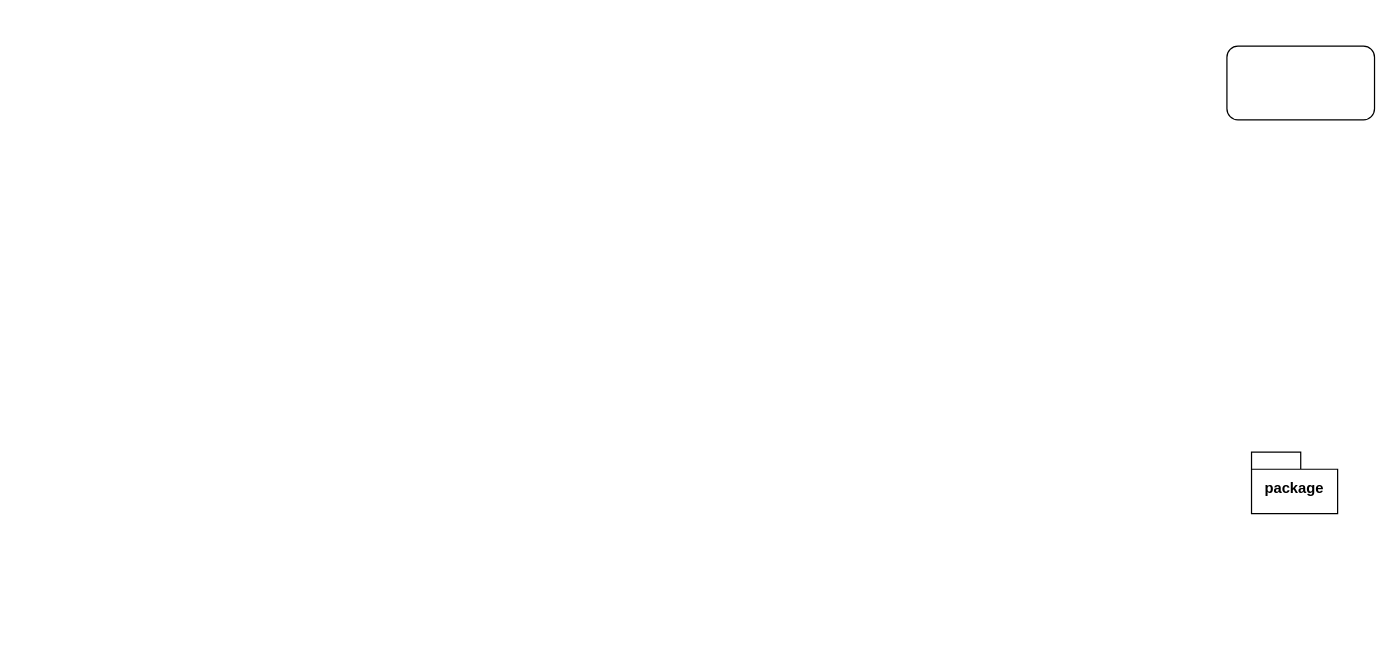
This is soa.drawio from pcbjx/testjni, a draw.io file, before an edit. Source tidied: cells renumbered, new cells numbered last; positions are measured from the earlier drawing's top-left corner, leaving out a move shared by most shapes. Both pictures are drawn from the tidied source at 123%, with x=0, y=0 at pixel (1226, 46).
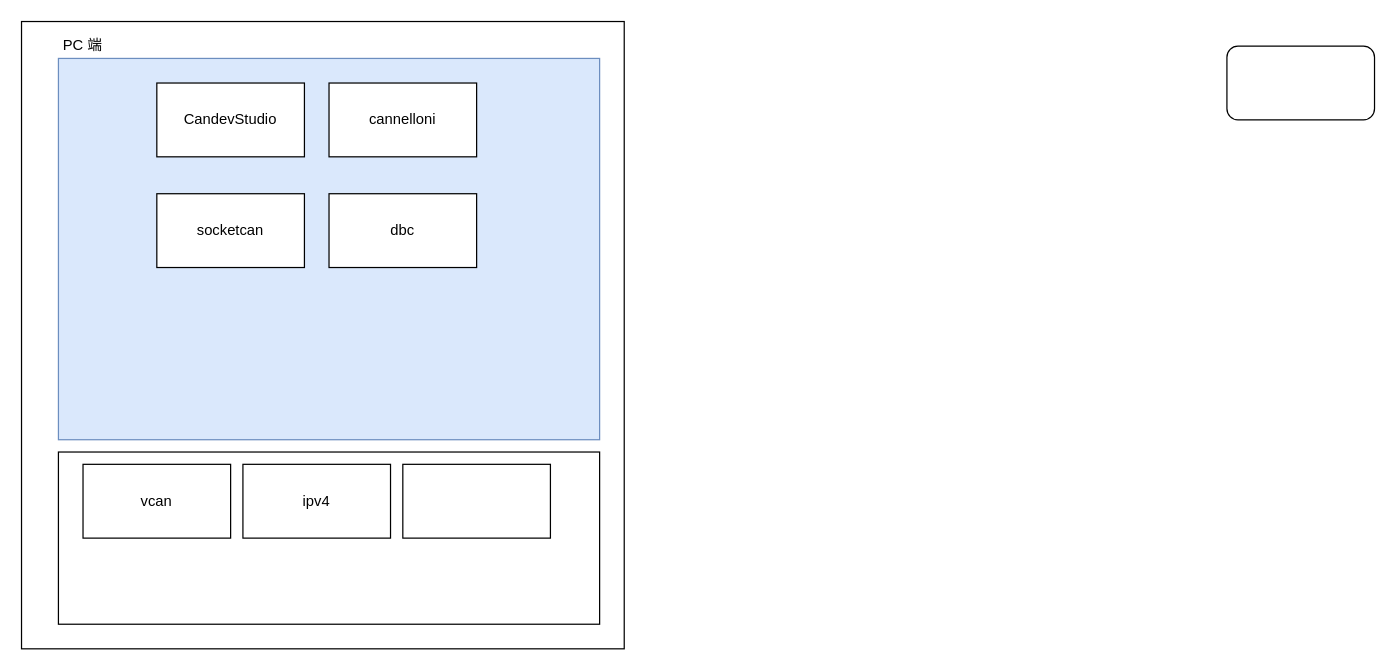
The same page after the edit.

The edit, as a diff of the source:
```diff
@@
 <mxGraphModel>
   <root>
     <mxCell id="0" />
     <mxCell id="1" parent="0" />
     <mxCell id="2" style="rounded=1;whiteSpace=wrap;html=1;" parent="1" vertex="1">
       <mxGeometry width="120" height="60" as="geometry" />
     </mxCell>
-    <mxCell id="3" value="package" style="shape=folder;fontStyle=1;spacingTop=10;tabWidth=40;tabHeight=14;tabPosition=left;html=1;whiteSpace=wrap;" parent="1" vertex="1">
-      <mxGeometry x="20" y="330" width="70" height="50" as="geometry" />
-    </mxCell>
+    <mxCell id="4" style="rounded=0;whiteSpace=wrap;html=1;" parent="1" vertex="1">
+      <mxGeometry x="-980" y="-20" width="490" height="510" as="geometry" />
+    </mxCell>
+    <mxCell id="5" style="rounded=0;whiteSpace=wrap;html=1;fillColor=#dae8fc;strokeColor=#6c8ebf;" parent="1" vertex="1">
+      <mxGeometry x="-950" y="10" width="440" height="310" as="geometry" />
+    </mxCell>
+    <mxCell id="6" value="CandevStudio" style="rounded=0;whiteSpace=wrap;html=1;" parent="1" vertex="1">
+      <mxGeometry x="-870" y="30" width="120" height="60" as="geometry" />
+    </mxCell>
+    <mxCell id="7" value="socketcan" style="rounded=0;whiteSpace=wrap;html=1;" parent="1" vertex="1">
+      <mxGeometry x="-870" y="120" width="120" height="60" as="geometry" />
+    </mxCell>
+    <mxCell id="8" value="PC 端" style="text;html=1;align=center;verticalAlign=middle;whiteSpace=wrap;rounded=0;" parent="1" vertex="1">
+      <mxGeometry x="-980" y="-20" width="100" height="40" as="geometry" />
+    </mxCell>
+    <mxCell id="9" style="rounded=0;whiteSpace=wrap;html=1;" parent="1" vertex="1">
+      <mxGeometry x="-950" y="330" width="440" height="140" as="geometry" />
+    </mxCell>
+    <mxCell id="10" value="vcan" style="rounded=0;whiteSpace=wrap;html=1;" parent="1" vertex="1">
+      <mxGeometry x="-930" y="340" width="120" height="60" as="geometry" />
+    </mxCell>
+    <mxCell id="11" value="ipv4" style="rounded=0;whiteSpace=wrap;html=1;" parent="1" vertex="1">
+      <mxGeometry x="-800" y="340" width="120" height="60" as="geometry" />
+    </mxCell>
+    <mxCell id="12" style="rounded=0;whiteSpace=wrap;html=1;" parent="1" vertex="1">
+      <mxGeometry x="-670" y="340" width="120" height="60" as="geometry" />
+    </mxCell>
+    <mxCell id="13" value="cannelloni" style="rounded=0;whiteSpace=wrap;html=1;" parent="1" vertex="1">
+      <mxGeometry x="-730" y="30" width="120" height="60" as="geometry" />
+    </mxCell>
+    <mxCell id="14" value="dbc" style="rounded=0;whiteSpace=wrap;html=1;" parent="1" vertex="1">
+      <mxGeometry x="-730" y="120" width="120" height="60" as="geometry" />
+    </mxCell>
   </root>
 </mxGraphModel>
```
